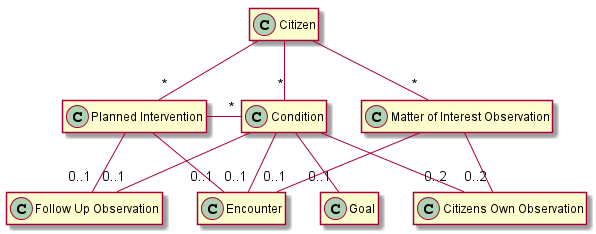
This is input/images/GatewayModel.png from hl7dk/kl-gateway, a PlantUML export, as it was before one commit.
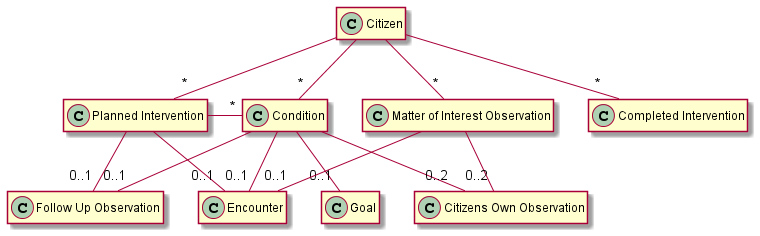
Above is the later version.

Diff of the diagram source:
```diff
@@ -10,10 +10,12 @@
 class "Encounter" as encounter
 class "Follow Up Observation" as careFollowUpObservation
 class "Matter of Interest Observation" as matterOfInterestObservation
+class "Completed Intervention" as completedIntervention
 
 citizen --"*" condition
 citizen --"*" matterOfInterestObservation
 citizen --"*" carePlannedIntervention
+citizen --"*" completedIntervention
 
 condition --"0..1" goal
 condition --"0..2" citizensOwnObservation
```
